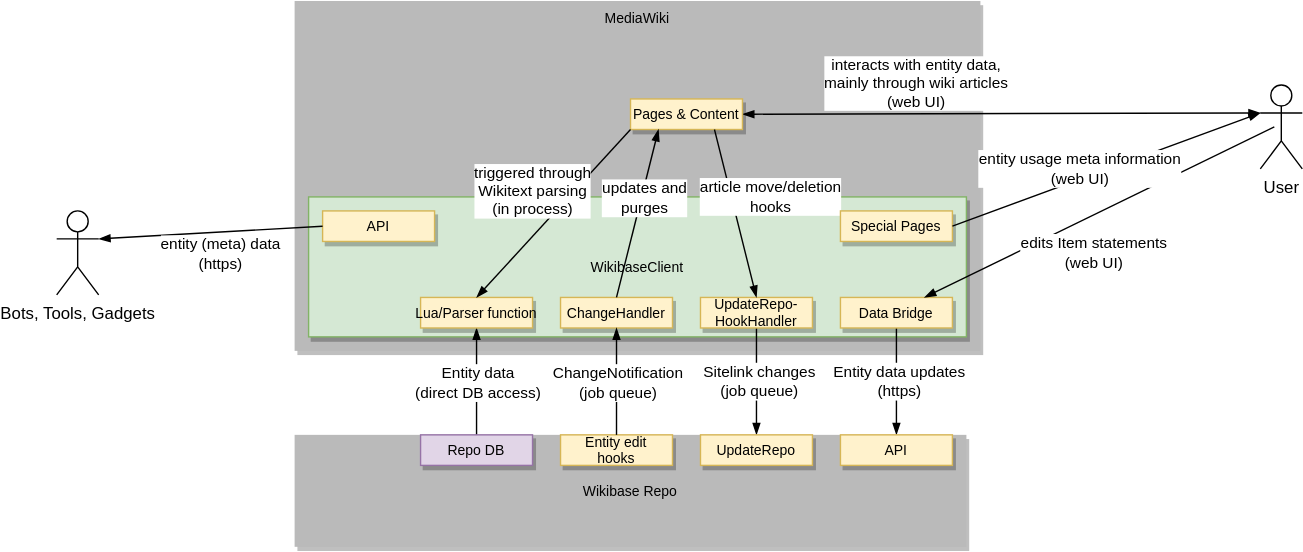
Before: systems/WikibaseClient/diagrams/03-technical-context.drawio.svg, a diagram exported from draw.io (wmde/wikidata-wikibase-architecture). Source tidied: cells renumbered, new cells last; positions are measured from the earlier drawing's top-left corner, leaving out a move shared by most shapes.
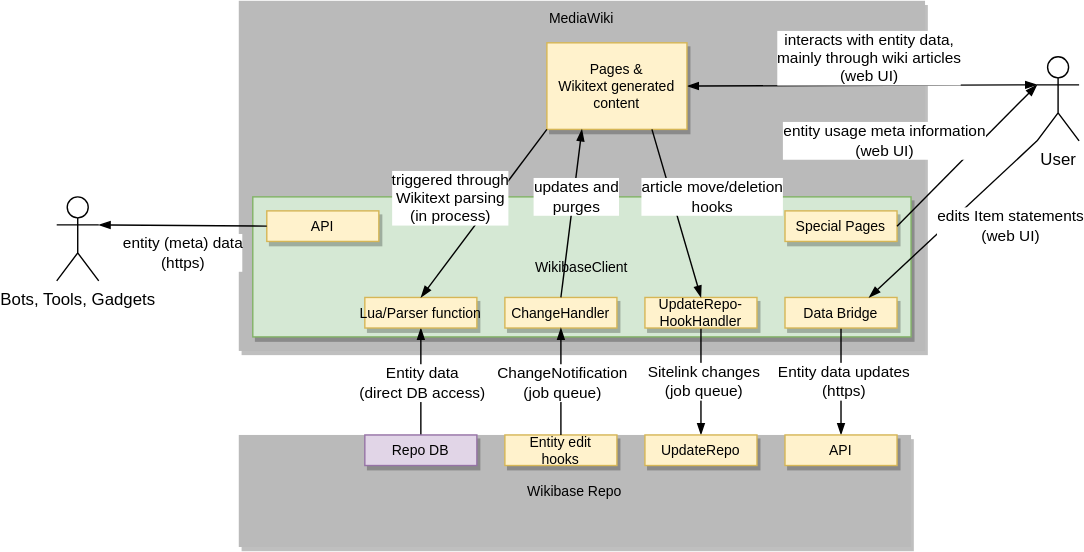
After the commit.

The edit, as a diff of the source:
```diff
@@ -13,7 +13,7 @@
     </mxCell>
     <mxCell id="5" value="interacts with&amp;nbsp;entity data,&lt;br&gt;mainly through wiki articles&lt;br&gt;(web UI)" style="edgeLabel;html=1;align=center;verticalAlign=middle;" parent="4" vertex="1">
       <mxGeometry x="0.24" y="-1" relative="1" as="geometry">
-        <mxPoint x="-17.5" y="-21" as="offset" />
+        <mxPoint x="35" y="-19.6" as="offset" />
       </mxGeometry>
     </mxCell>
     <mxCell id="6" value="WikibaseClient" style="rounded=0;shadow=1;fontSize=10;strokeColor=#82b366;direction=west;fillColor=#d5e8d4;" parent="1" vertex="1">
@@ -75,15 +75,15 @@
         <mxPoint x="0.1" y="8" as="offset" />
       </mxGeometry>
     </mxCell>
-    <mxCell id="23" value="Pages &amp; Content" style="rounded=0;shadow=1;fontSize=10;strokeColor=#d6b656;direction=west;fillColor=#fff2cc;" parent="1" vertex="1">
-      <mxGeometry x="410" y="70" width="80" height="21.8" as="geometry" />
+    <mxCell id="23" value="Pages &amp; &#10;Wikitext generated&#10;content" style="rounded=0;shadow=1;fontSize=10;strokeColor=#d6b656;direction=west;fillColor=#fff2cc;" parent="1" vertex="1">
+      <mxGeometry x="390" y="30" width="100" height="61.8" as="geometry" />
     </mxCell>
     <mxCell id="24" style="rounded=0;jettySize=auto;html=1;endArrow=blockThin;endFill=1;exitX=1;exitY=0;exitDx=0;exitDy=0;entryX=0.5;entryY=1;entryDx=0;entryDy=0;" parent="1" edge="1" source="23" target="15">
       <mxGeometry relative="1" as="geometry" />
     </mxCell>
     <mxCell id="25" value="triggered through&lt;br&gt;Wikitext parsing&lt;br&gt;(in process)" style="edgeLabel;html=1;align=center;verticalAlign=middle;" parent="24" vertex="1">
       <mxGeometry x="0.2" relative="1" as="geometry">
-        <mxPoint x="-3.8" y="-29" as="offset" />
+        <mxPoint x="-16" y="-23.8" as="offset" />
       </mxGeometry>
     </mxCell>
     <mxCell id="26" style="rounded=0;jettySize=auto;html=1;endArrow=blockThin;endFill=1;entryX=0.75;entryY=0;entryDx=0;entryDy=0;exitX=0.5;exitY=1;exitDx=0;exitDy=0;" parent="1" edge="1" source="19" target="23">
@@ -103,16 +103,14 @@
       </mxGeometry>
     </mxCell>
     <mxCell id="30" value="User" style="shape=umlActor;verticalLabelPosition=bottom;verticalAlign=top;html=1;outlineConnect=0;" parent="1" vertex="1">
-      <mxGeometry x="860" y="60" width="30" height="60" as="geometry" />
+      <mxGeometry x="740" y="40" width="30" height="60" as="geometry" />
     </mxCell>
-    <mxCell id="31" style="endArrow=blockThin;strokeColor=#000000;fontSize=10;fontColor=#000000;strokeWidth=1;endFill=1;entryX=0.25;entryY=1;entryDx=0;entryDy=0;exitX=0;exitY=0.3333333333333333;exitDx=0;exitDy=0;exitPerimeter=0;" parent="1" edge="1" target="13">
-      <mxGeometry relative="1" as="geometry">
-        <mxPoint x="870" y="90" as="sourcePoint" />
-      </mxGeometry>
+    <mxCell id="31" style="endArrow=blockThin;strokeColor=#000000;fontSize=10;fontColor=#000000;strokeWidth=1;endFill=1;entryX=0.25;entryY=1;entryDx=0;entryDy=0;exitX=0;exitY=1;exitDx=0;exitDy=0;exitPerimeter=0;" parent="1" edge="1" source="30" target="13">
+      <mxGeometry relative="1" as="geometry" />
     </mxCell>
     <mxCell id="32" value="edits Item statements&lt;br&gt;(web UI)" style="edgeLabel;html=1;align=center;verticalAlign=middle;" parent="31" vertex="1">
       <mxGeometry x="0.24" y="-1" relative="1" as="geometry">
-        <mxPoint x="25.4" y="15.4" as="offset" />
+        <mxPoint x="55.3" y="-7.9" as="offset" />
       </mxGeometry>
     </mxCell>
     <mxCell id="33" value="Special Pages" style="rounded=0;shadow=1;fontSize=10;strokeColor=#d6b656;direction=west;fillColor=#fff2cc;" parent="1" vertex="1">
@@ -123,21 +121,21 @@
     </mxCell>
     <mxCell id="35" value="entity usage meta information&lt;br&gt;(web UI)" style="edgeLabel;html=1;align=center;verticalAlign=middle;" parent="34" vertex="1">
       <mxGeometry x="0.24" y="-1" relative="1" as="geometry">
-        <mxPoint x="-46.3" y="8.1" as="offset" />
+        <mxPoint x="-72.6" y="0.9" as="offset" />
       </mxGeometry>
     </mxCell>
     <mxCell id="36" value="API" style="rounded=0;shadow=1;fontSize=10;strokeColor=#d6b656;direction=west;fillColor=#fff2cc;" parent="1" vertex="1">
       <mxGeometry x="190" y="150" width="80" height="21.8" as="geometry" />
     </mxCell>
     <mxCell id="37" value="Bots, Tools, Gadgets" style="shape=umlActor;verticalLabelPosition=bottom;verticalAlign=top;html=1;outlineConnect=0;" parent="1" vertex="1">
-      <mxGeometry y="150" width="30" height="60" as="geometry" />
+      <mxGeometry x="40" y="140" width="30" height="60" as="geometry" />
     </mxCell>
     <mxCell id="38" style="endArrow=blockThin;strokeColor=#000000;fontSize=10;fontColor=#000000;strokeWidth=1;endFill=1;entryX=1;entryY=0.3333333333333333;entryDx=0;entryDy=0;exitX=1;exitY=0.5;exitDx=0;exitDy=0;entryPerimeter=0;" parent="1" edge="1" source="36" target="37">
       <mxGeometry relative="1" as="geometry" />
     </mxCell>
     <mxCell id="39" value="entity (meta) data&lt;br&gt;(https)" style="edgeLabel;html=1;align=center;verticalAlign=middle;" parent="38" vertex="1">
       <mxGeometry x="0.24" y="-1" relative="1" as="geometry">
-        <mxPoint x="25.4" y="15.4" as="offset" />
+        <mxPoint x="14" y="20.6" as="offset" />
       </mxGeometry>
     </mxCell>
   </root>
```
